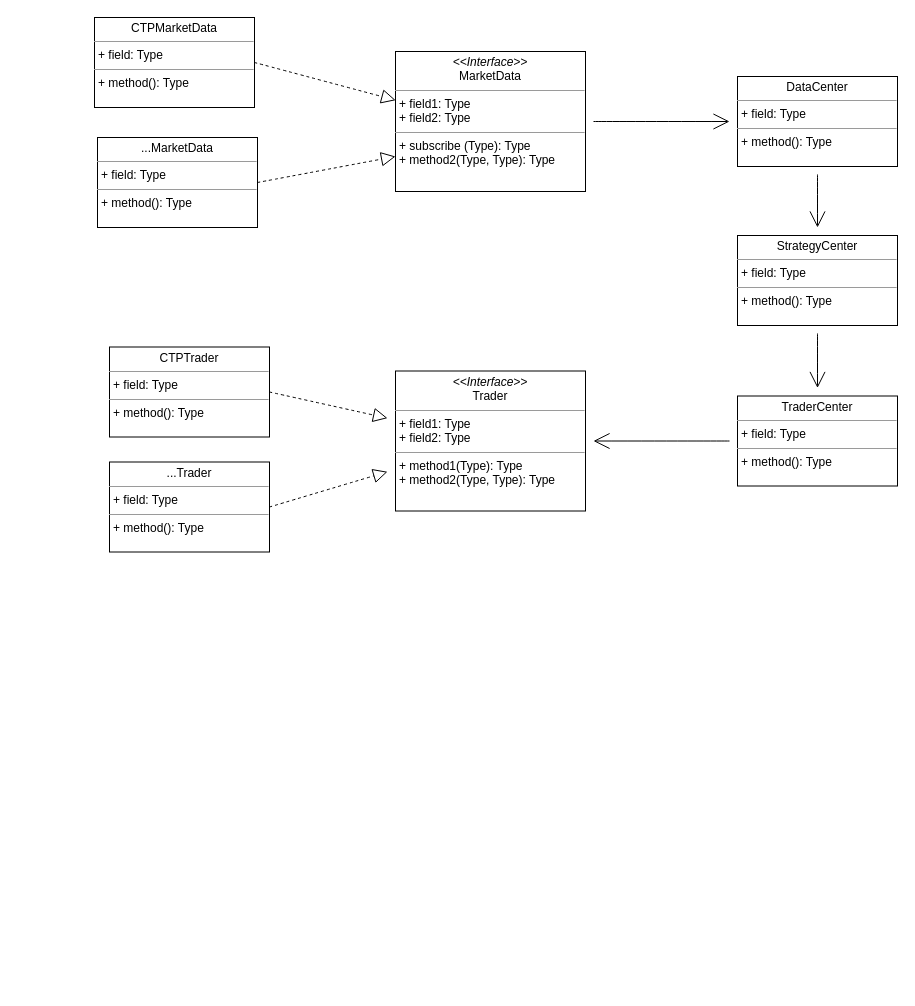
Earlier version of the draw.io diagram temp.drawio (githubLogger/ProjectDocument). Source tidied: cells renumbered, new cells numbered last; positions are measured from the earlier drawing's top-left corner, leaving out a move shared by most shapes. Both pictures are drawn from the tidied source at 100%, with x=0, y=0 at pixel (94, 17).
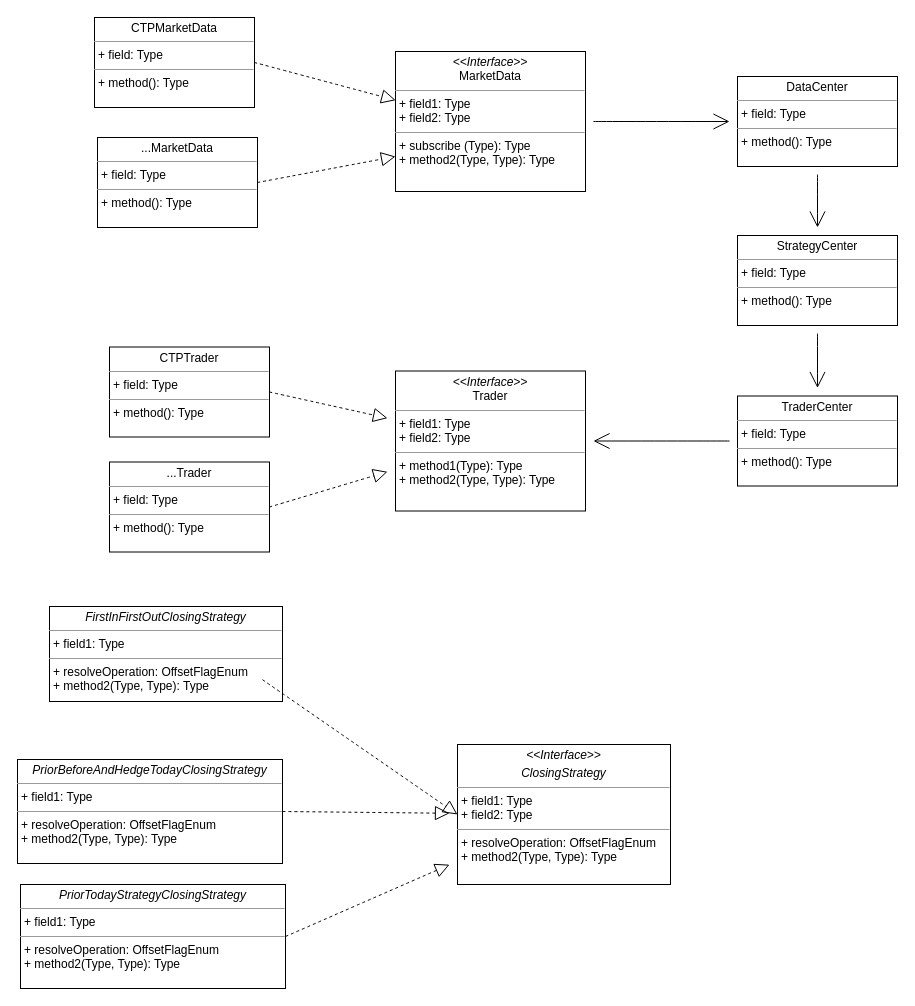
Above is the later version.

Diff of the diagram source:
```diff
@@
+    <mxCell id="19" value="&lt;p style=&quot;margin:0px;margin-top:4px;text-align:center;&quot;&gt;&lt;i&gt;&amp;lt;&amp;lt;Interface&amp;gt;&amp;gt;&lt;/i&gt;&lt;br&gt;&lt;/p&gt;&lt;p style=&quot;margin:0px;margin-top:4px;text-align:center;&quot;&gt;&lt;i&gt;ClosingStrategy&lt;/i&gt;&lt;/p&gt;&lt;hr size=&quot;1&quot;&gt;&lt;p style=&quot;margin:0px;margin-left:4px;&quot;&gt;+ field1: Type&lt;br&gt;+ field2: Type&lt;/p&gt;&lt;hr size=&quot;1&quot;&gt;&lt;p style=&quot;margin:0px;margin-left:4px;&quot;&gt;+ resolveOperation: OffsetFlagEnum&lt;br&gt;+ method2(Type, Type): Type&lt;/p&gt;" style="verticalAlign=top;align=left;overflow=fill;fontSize=12;fontFamily=Helvetica;html=1;hachureGap=4;" parent="1" vertex="1">
+      <mxGeometry x="363" y="727" width="213" height="140" as="geometry" />
+    </mxCell>
+    <mxCell id="20" value="&lt;p style=&quot;margin:0px;margin-top:4px;text-align:center;&quot;&gt;&lt;i style=&quot;background-color: initial;&quot;&gt;FirstInFirstOutClosingStrategy&lt;/i&gt;&lt;br&gt;&lt;/p&gt;&lt;hr size=&quot;1&quot;&gt;&lt;p style=&quot;margin:0px;margin-left:4px;&quot;&gt;+ field1: Type&lt;/p&gt;&lt;hr size=&quot;1&quot;&gt;&lt;p style=&quot;margin:0px;margin-left:4px;&quot;&gt;+ resolveOperation: OffsetFlagEnum&lt;br&gt;+ method2(Type, Type): Type&lt;/p&gt;" style="verticalAlign=top;align=left;overflow=fill;fontSize=12;fontFamily=Helvetica;html=1;hachureGap=4;" parent="1" vertex="1">
+      <mxGeometry x="-45" y="589" width="233" height="95" as="geometry" />
+    </mxCell>
+    <mxCell id="21" style="endArrow=block;dashed=1;endFill=0;endSize=12;html=1;rounded=0;sourcePerimeterSpacing=8;targetPerimeterSpacing=8;curved=1;exitX=1;exitY=0.5;exitDx=0;exitDy=0;entryX=0;entryY=0.5;entryDx=0;entryDy=0;" parent="1" edge="1" target="19">
+      <mxGeometry relative="1" as="geometry">
+        <mxPoint x="168" y="662.2" as="sourcePoint" />
+      </mxGeometry>
+    </mxCell>
+    <mxCell id="22" value="&lt;p style=&quot;margin:0px;margin-top:4px;text-align:center;&quot;&gt;&lt;i style=&quot;background-color: initial;&quot;&gt;PriorBeforeAndHedgeToday&lt;/i&gt;&lt;i style=&quot;background-color: initial;&quot;&gt;ClosingStrategy&lt;/i&gt;&lt;/p&gt;&lt;hr size=&quot;1&quot;&gt;&lt;p style=&quot;margin:0px;margin-left:4px;&quot;&gt;+ field1: Type&lt;/p&gt;&lt;hr size=&quot;1&quot;&gt;&lt;p style=&quot;margin:0px;margin-left:4px;&quot;&gt;+ resolveOperation: OffsetFlagEnum&lt;br&gt;+ method2(Type, Type): Type&lt;/p&gt;" style="verticalAlign=top;align=left;overflow=fill;fontSize=12;fontFamily=Helvetica;html=1;hachureGap=4;" parent="1" vertex="1">
+      <mxGeometry x="-77" y="742" width="265" height="104" as="geometry" />
+    </mxCell>
+    <mxCell id="23" style="endArrow=block;dashed=1;endFill=0;endSize=12;html=1;rounded=0;sourcePerimeterSpacing=8;targetPerimeterSpacing=8;curved=1;exitX=1;exitY=0.5;exitDx=0;exitDy=0;" parent="1" edge="1" source="22" target="19">
+      <mxGeometry relative="1" as="geometry" />
+    </mxCell>
+    <mxCell id="24" value="&lt;p style=&quot;margin:0px;margin-top:4px;text-align:center;&quot;&gt;&lt;i style=&quot;background-color: initial;&quot;&gt;PriorTodayStrategy&lt;/i&gt;&lt;i style=&quot;background-color: initial;&quot;&gt;ClosingStrategy&lt;/i&gt;&lt;/p&gt;&lt;hr size=&quot;1&quot;&gt;&lt;p style=&quot;margin:0px;margin-left:4px;&quot;&gt;+ field1: Type&lt;/p&gt;&lt;hr size=&quot;1&quot;&gt;&lt;p style=&quot;margin:0px;margin-left:4px;&quot;&gt;+ resolveOperation: OffsetFlagEnum&lt;br&gt;+ method2(Type, Type): Type&lt;/p&gt;" style="verticalAlign=top;align=left;overflow=fill;fontSize=12;fontFamily=Helvetica;html=1;hachureGap=4;" parent="1" vertex="1">
+      <mxGeometry x="-74" y="867" width="265" height="104" as="geometry" />
+    </mxCell>
+    <mxCell id="25" style="endArrow=block;dashed=1;endFill=0;endSize=12;html=1;rounded=0;sourcePerimeterSpacing=8;targetPerimeterSpacing=8;curved=1;exitX=1;exitY=0.5;exitDx=0;exitDy=0;" parent="1" edge="1" source="24" target="19">
+      <mxGeometry relative="1" as="geometry" />
+    </mxCell>
```
